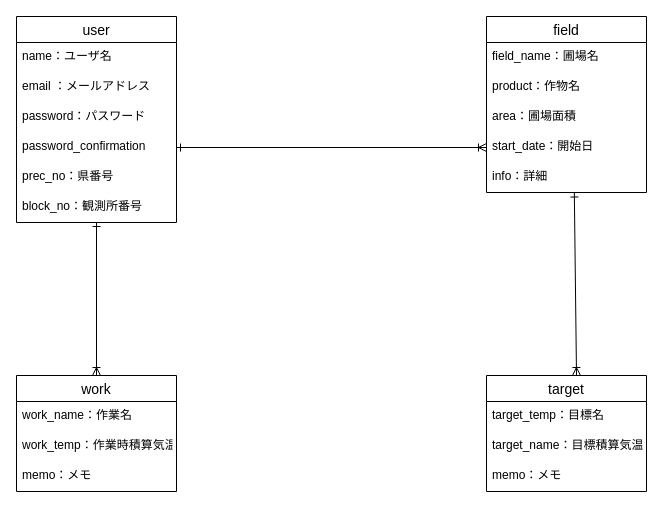
Earlier version of the draw.io diagram backend/spa-app.drawio (zuuumiii/spa-app). Source tidied: cells renumbered, new cells numbered last; positions are measured from the earlier drawing's top-left corner, leaving out a move shared by most shapes. Both pictures are drawn from the tidied source at 100%, with x=0, y=0 at pixel (16, 16).
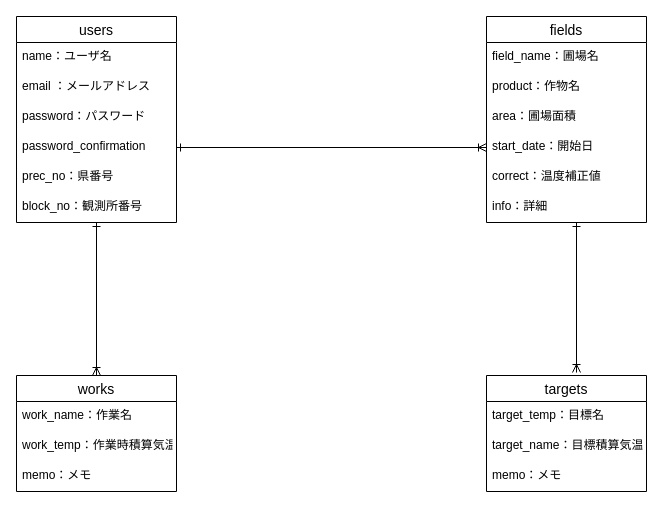
Above is the later version.

Diff of the diagram source:
```diff
@@
-    <mxCell id="2" value="user" style="swimlane;fontStyle=0;horizontal=1;startSize=26;align=center;fontSize=14;" parent="1" vertex="1">
+    <mxCell id="2" value="users" style="swimlane;fontStyle=0;horizontal=1;startSize=26;align=center;fontSize=14;" parent="1" vertex="1">
       <mxGeometry width="160" height="206" as="geometry" />
     </mxCell>
@@
-    <mxCell id="9" value="field" style="swimlane;fontStyle=0;horizontal=1;startSize=26;align=center;fontSize=14;" parent="1" vertex="1">
-      <mxGeometry x="470" width="160" height="176" as="geometry" />
+    <mxCell id="9" value="fields" style="swimlane;fontStyle=0;horizontal=1;startSize=26;align=center;fontSize=14;" parent="1" vertex="1">
+      <mxGeometry x="470" width="160" height="206" as="geometry" />
     </mxCell>
@@
-    <mxCell id="14" value="info：詳細" style="text;strokeColor=none;fillColor=none;spacingLeft=4;spacingRight=4;overflow=hidden;points=[[0,0.5],[1,0.5]];portConstraint=eastwest;fontSize=12;" parent="9" vertex="1">
+    <mxCell id="14" value="correct：温度補正値" style="text;strokeColor=none;fillColor=none;spacingLeft=4;spacingRight=4;overflow=hidden;points=[[0,0.5],[1,0.5]];portConstraint=eastwest;fontSize=12;" parent="9" vertex="1">
       <mxGeometry y="146" width="160" height="30" as="geometry" />
     </mxCell>
+    <mxCell id="26" value="info：詳細" style="text;strokeColor=none;fillColor=none;spacingLeft=4;spacingRight=4;overflow=hidden;fontSize=12;" parent="9" vertex="1">
+      <mxGeometry y="176" width="160" height="30" as="geometry" />
+    </mxCell>
+    <mxCell id="20" style="endArrow=ERoneToMany;html=1;rounded=0;startArrow=ERone;startFill=0;endFill=0;" parent="9" edge="1">
+      <mxGeometry relative="1" as="geometry">
+        <mxPoint x="90" y="206" as="sourcePoint" />
+        <mxPoint x="90" y="356" as="targetPoint" />
+      </mxGeometry>
+    </mxCell>
-    <mxCell id="15" value="target" style="swimlane;fontStyle=0;horizontal=1;startSize=26;align=center;fontSize=14;" parent="1" vertex="1">
+    <mxCell id="15" value="targets" style="swimlane;fontStyle=0;horizontal=1;startSize=26;align=center;fontSize=14;" parent="1" vertex="1">
       <mxGeometry x="470" y="359" width="160" height="116" as="geometry" />
     </mxCell>
@@
-    <mxCell id="20" style="endArrow=ERoneToMany;html=1;rounded=0;exitX=0.549;exitY=1.017;exitDx=0;exitDy=0;exitPerimeter=0;startArrow=ERone;startFill=0;endFill=0;" parent="1" edge="1" source="14">
-      <mxGeometry relative="1" as="geometry">
-        <mxPoint x="560" y="359" as="targetPoint" />
-      </mxGeometry>
-    </mxCell>
-    <mxCell id="21" value="work" style="swimlane;fontStyle=0;horizontal=1;startSize=26;align=center;fontSize=14;" parent="1" vertex="1">
+    <mxCell id="21" value="works" style="swimlane;fontStyle=0;horizontal=1;startSize=26;align=center;fontSize=14;" parent="1" vertex="1">
       <mxGeometry y="359" width="160" height="116" as="geometry" />
     </mxCell>
```
